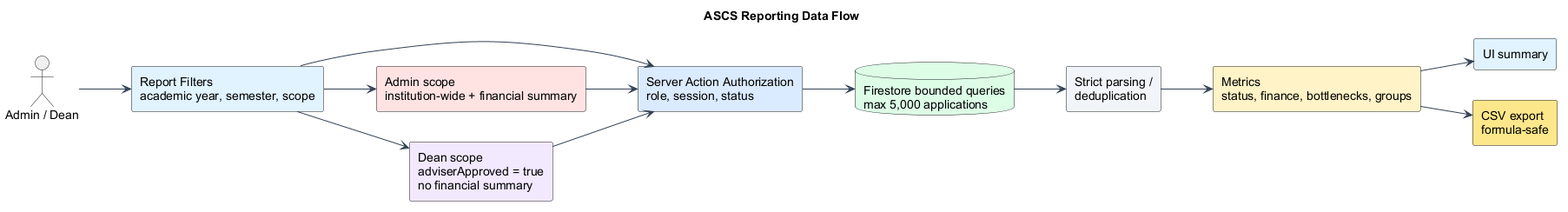
Before: docs/diagrams/png/08-reporting-data-flow.png, a diagram exported from PlantUML (lucifron28/ascs).
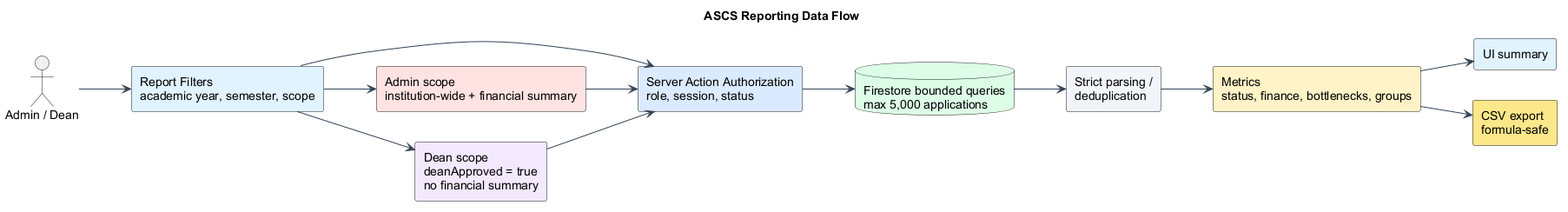
The same file after the commit.

What changed in the source:
```diff
@@ -24,7 +24,7 @@
 Metrics --> CSV
 
 rectangle "Admin scope\ninstitution-wide + financial summary" as AdminScope #FEE2E2
-rectangle "Dean scope\nadviserApproved = true\nno financial summary" as DeanScope #F3E8FF
+rectangle "Dean scope\ndeanApproved = true\nno financial summary" as DeanScope #F3E8FF
 Filters --> AdminScope
 Filters --> DeanScope
 AdminScope --> Authz
```
